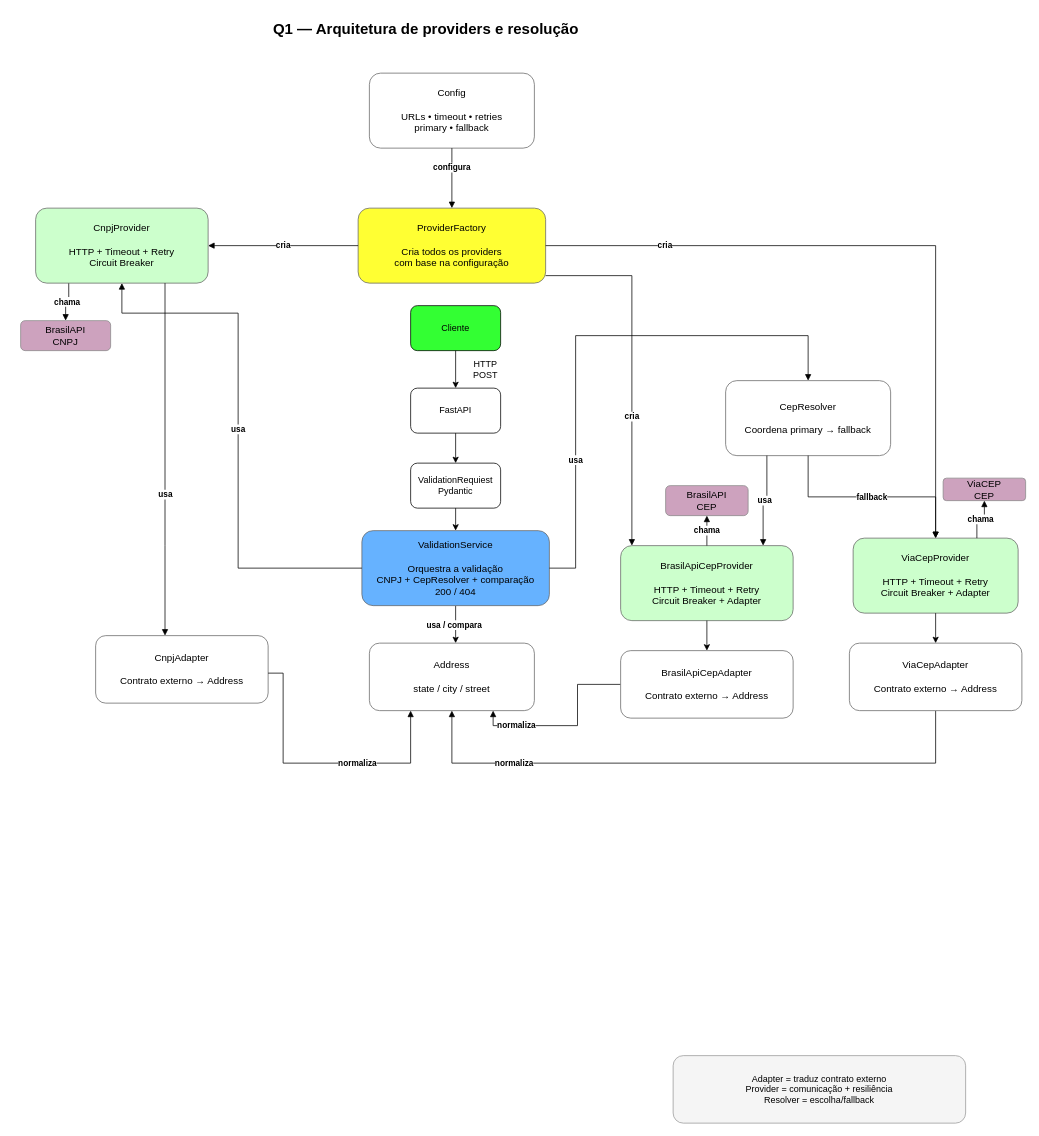
The draw.io diagram question_1/docs/shipay_q1_arquitetura.drawio in HenriqueBraz/shipay-back-end-challenge, before the edit. Source tidied: cells renumbered, new cells numbered last; positions are measured from the earlier drawing's top-left corner, leaving out a move shared by most shapes. Both pictures are drawn from the tidied source at 75%, with x=0, y=0 at pixel (20, 13).
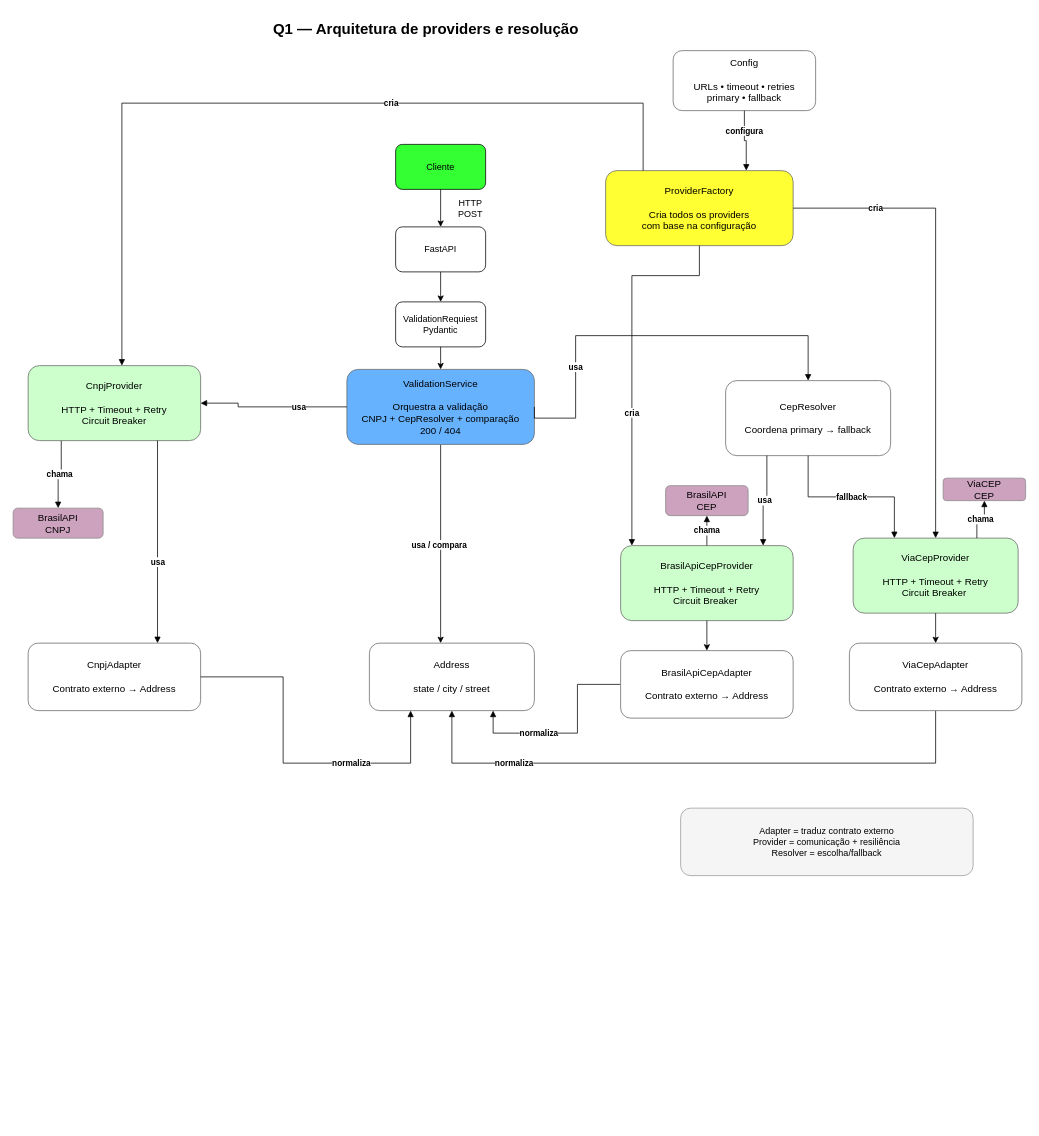
After the change.

Commit message (it also covers changes not shown here):
docs: update question 1 resilience strategy

Unchanged cells that the change refers to:
```xml
<mxCell id="9" value="CepResolver&#10;&#10;Coordena primary → fallback" style="rounded=1;whiteSpace=wrap;html=1;fillColor=#ffffff;strokeColor=#666666;fontSize=13;" parent="1" vertex="1">
  <mxGeometry x="940" y="490" width="220" height="100" as="geometry" />
</mxCell>
<mxCell id="13" value="Address&#10;&#10;state / city / street" style="rounded=1;whiteSpace=wrap;html=1;fillColor=#ffffff;strokeColor=#666666;fontSize=13;" parent="1" vertex="1">
  <mxGeometry x="465" y="840" width="220" height="90" as="geometry" />
</mxCell>
<mxCell id="40" value="BrasilApiCepAdapter&lt;br&gt;&lt;br&gt;Contrato externo → Address" style="rounded=1;whiteSpace=wrap;html=1;fillColor=#ffffff;strokeColor=#666666;fontSize=13;" parent="1" vertex="1">
  <mxGeometry x="800" y="850" width="230" height="90" as="geometry" />
</mxCell>
```

What changed in the source:
```diff
@@
     <mxCell id="3" value="Config&#10;&#10;URLs • timeout • retries&#10;primary • fallback" style="rounded=1;whiteSpace=wrap;html=1;fillColor=#ffffff;strokeColor=#666666;fontSize=13;" parent="1" vertex="1">
-      <mxGeometry x="465" y="80" width="220" height="100" as="geometry" />
+      <mxGeometry x="870" y="50" width="190" height="80" as="geometry" />
     </mxCell>
     <mxCell id="4" value="ProviderFactory&#10;&#10;Cria todos os providers&#10;com base na configuração" style="rounded=1;whiteSpace=wrap;html=1;fillColor=#FFFF33;strokeColor=#666666;fontSize=13;" parent="1" vertex="1">
-      <mxGeometry x="450" y="260" width="250" height="100" as="geometry" />
+      <mxGeometry x="780" y="210" width="250" height="100" as="geometry" />
     </mxCell>
@@
     <mxCell id="7" value="ValidationService&lt;br&gt;&lt;br&gt;Orquestra a validação&lt;br&gt;CNPJ + CepResolver + comparação&lt;br&gt;200 / 404" style="rounded=1;whiteSpace=wrap;html=1;fillColor=#66B2FF;strokeColor=#666666;fontSize=13;" parent="1" vertex="1">
-      <mxGeometry x="455" y="690" width="250" height="100" as="geometry" />
+      <mxGeometry x="435" y="475" width="250" height="100" as="geometry" />
     </mxCell>
     <mxCell id="8" value="CnpjProvider&#10;&#10;HTTP + Timeout + Retry&#10;Circuit Breaker" style="rounded=1;whiteSpace=wrap;html=1;fillColor=#CCFFCC;strokeColor=#666666;fontSize=13;" parent="1" vertex="1">
-      <mxGeometry x="20" y="260" width="230" height="100" as="geometry" />
+      <mxGeometry x="10" y="470" width="230" height="100" as="geometry" />
     </mxCell>
@@
     <mxCell id="10" value="CnpjAdapter&#10;&#10;Contrato externo → Address" style="rounded=1;whiteSpace=wrap;html=1;fillColor=#ffffff;strokeColor=#666666;fontSize=13;" parent="1" vertex="1">
-      <mxGeometry x="100" y="830" width="230" height="90" as="geometry" />
+      <mxGeometry x="10" y="840" width="230" height="90" as="geometry" />
     </mxCell>
-    <mxCell id="11" value="BrasilApiCepProvider&#10;&#10;HTTP + Timeout + Retry&#10;Circuit Breaker + Adapter" style="rounded=1;whiteSpace=wrap;html=1;fillColor=#CCFFCC;strokeColor=#666666;fontSize=13;" parent="1" vertex="1">
+    <mxCell id="11" value="BrasilApiCepProvider&lt;br&gt;&lt;br&gt;HTTP + Timeout + Retry&lt;br&gt;Circuit Breaker&amp;nbsp;" style="rounded=1;whiteSpace=wrap;html=1;fillColor=#CCFFCC;strokeColor=#666666;fontSize=13;" parent="1" vertex="1">
       <mxGeometry x="800" y="710" width="230" height="100" as="geometry" />
     </mxCell>
-    <mxCell id="12" value="ViaCepProvider&#10;&#10;HTTP + Timeout + Retry&#10;Circuit Breaker + Adapter" style="rounded=1;whiteSpace=wrap;html=1;fillColor=#CCFFCC;strokeColor=#666666;fontSize=13;" parent="1" vertex="1">
+    <mxCell id="12" value="ViaCepProvider&lt;br&gt;&lt;br&gt;HTTP + Timeout + Retry&lt;br&gt;Circuit Breaker&amp;nbsp;" style="rounded=1;whiteSpace=wrap;html=1;fillColor=#CCFFCC;strokeColor=#666666;fontSize=13;" parent="1" vertex="1">
       <mxGeometry x="1110" y="700" width="220" height="100" as="geometry" />
     </mxCell>
@@
     <mxCell id="14" value="BrasilAPI&#10;CNPJ" style="rounded=1;whiteSpace=wrap;html=1;fillColor=#CDA2BE;strokeColor=#888888;fontSize=13;" parent="1" vertex="1">
-      <mxGeometry y="410" width="120" height="40" as="geometry" />
+      <mxGeometry x="-10" y="660" width="120" height="40" as="geometry" />
     </mxCell>
@@
     <mxCell id="17" value="Adapter = traduz contrato externo&#10;Provider = comunicação + resiliência&#10;Resolver = escolha/fallback" style="rounded=1;whiteSpace=wrap;html=1;fillColor=#f5f5f5;strokeColor=#999999;fontSize=12;" parent="1" vertex="1">
-      <mxGeometry x="870" y="1390" width="390" height="90" as="geometry" />
+      <mxGeometry x="880" y="1060" width="390" height="90" as="geometry" />
     </mxCell>
-    <mxCell id="18" value="&lt;b&gt;configura&lt;/b&gt;" style="edgeStyle=orthogonalEdgeStyle;rounded=0;jettySize=auto;html=1;endArrow=block;entryX=0.5;entryY=0;entryDx=0;entryDy=0;" parent="1" edge="1" source="3" target="4">
+    <mxCell id="18" value="&lt;b&gt;configura&lt;/b&gt;" style="edgeStyle=orthogonalEdgeStyle;rounded=0;jettySize=auto;html=1;endArrow=block;entryX=0.75;entryY=0;entryDx=0;entryDy=0;" parent="1" edge="1" source="3" target="4">
       <mxGeometry x="-0.35" relative="1" as="geometry" />
     </mxCell>
-    <mxCell id="19" value="&lt;b&gt;cria&lt;/b&gt;" style="edgeStyle=orthogonalEdgeStyle;rounded=0;jettySize=auto;html=1;endArrow=block;" parent="1" edge="1" source="4" target="8">
-      <mxGeometry relative="1" as="geometry" />
+    <mxCell id="19" value="&lt;b&gt;cria&lt;/b&gt;" style="edgeStyle=orthogonalEdgeStyle;rounded=0;jettySize=auto;html=1;endArrow=block;exitX=0.2;exitY=0;exitDx=0;exitDy=0;exitPerimeter=0;" parent="1" edge="1" source="4" target="8">
+      <mxGeometry x="-0.25" relative="1" as="geometry">
+        <Array as="points">
+          <mxPoint x="830" y="120" />
+          <mxPoint x="135" y="120" />
+        </Array>
+      </mxGeometry>
     </mxCell>
-    <mxCell id="20" value="&lt;b&gt;cria&lt;/b&gt;" style="edgeStyle=orthogonalEdgeStyle;rounded=0;jettySize=auto;html=1;endArrow=block;" parent="1" edge="1" source="4" target="11">
+    <mxCell id="20" value="&lt;b&gt;cria&lt;/b&gt;" style="edgeStyle=orthogonalEdgeStyle;rounded=0;jettySize=auto;html=1;endArrow=block;exitX=0.5;exitY=1;exitDx=0;exitDy=0;" parent="1" edge="1" source="4" target="11">
       <mxGeometry x="0.28" relative="1" as="geometry">
         <Array as="points">
+          <mxPoint x="905" y="350" />
           <mxPoint x="815" y="350" />
         </Array>
         <mxPoint y="-1" as="offset" />
       </mxGeometry>
     </mxCell>
@@
-    <mxCell id="22" value="&lt;b&gt;usa&lt;/b&gt;" style="edgeStyle=orthogonalEdgeStyle;rounded=0;jettySize=auto;html=1;endArrow=block;exitX=0;exitY=0.5;exitDx=0;exitDy=0;" parent="1" edge="1" source="7">
-      <mxGeometry relative="1" as="geometry">
-        <mxPoint x="135" y="360" as="targetPoint" />
+    <mxCell id="22" value="&lt;b&gt;usa&lt;/b&gt;" style="edgeStyle=orthogonalEdgeStyle;rounded=0;jettySize=auto;html=1;endArrow=block;exitX=0;exitY=0.5;exitDx=0;exitDy=0;entryX=1;entryY=0.5;entryDx=0;entryDy=0;" parent="1" edge="1" source="7" target="8">
+      <mxGeometry x="-0.35" relative="1" as="geometry">
         <Array as="points">
-          <mxPoint x="290" y="740" />
-          <mxPoint x="290" y="400" />
-          <mxPoint x="135" y="400" />
+          <mxPoint x="290" y="525" />
+          <mxPoint x="290" y="520" />
         </Array>
+        <mxPoint x="1" as="offset" />
       </mxGeometry>
     </mxCell>
     <mxCell id="23" value="&lt;b&gt;usa&lt;/b&gt;" style="edgeStyle=orthogonalEdgeStyle;rounded=0;jettySize=auto;html=1;endArrow=block;entryX=0.5;entryY=0;entryDx=0;entryDy=0;exitX=1;exitY=0.5;exitDx=0;exitDy=0;" parent="1" edge="1" source="7" target="9">
       <mxGeometry x="-0.5" relative="1" as="geometry">
         <Array as="points">
-          <mxPoint x="740" y="740" />
+          <mxPoint x="685" y="540" />
+          <mxPoint x="740" y="540" />
           <mxPoint x="740" y="430" />
           <mxPoint x="1050" y="430" />
         </Array>
       </mxGeometry>
     </mxCell>
@@
-    <mxCell id="25" value="&lt;b&gt;fallback&lt;/b&gt;" style="edgeStyle=orthogonalEdgeStyle;rounded=0;jettySize=auto;html=1;endArrow=block;" parent="1" edge="1" source="9" target="12">
+    <mxCell id="25" value="&lt;b&gt;fallback&lt;/b&gt;" style="edgeStyle=orthogonalEdgeStyle;rounded=0;jettySize=auto;html=1;endArrow=block;entryX=0.25;entryY=0;entryDx=0;entryDy=0;" parent="1" edge="1" source="9" target="12">
       <mxGeometry relative="1" as="geometry" />
     </mxCell>
-    <mxCell id="26" value="&lt;b&gt;usa&lt;/b&gt;" style="edgeStyle=orthogonalEdgeStyle;rounded=0;jettySize=auto;html=1;endArrow=block;exitX=0.75;exitY=1;exitDx=0;exitDy=0;" parent="1" edge="1" source="8" target="10">
+    <mxCell id="26" value="&lt;b&gt;usa&lt;/b&gt;" style="edgeStyle=orthogonalEdgeStyle;rounded=0;jettySize=auto;html=1;endArrow=block;exitX=0.75;exitY=1;exitDx=0;exitDy=0;entryX=0.75;entryY=0;entryDx=0;entryDy=0;" parent="1" edge="1" source="8" target="10">
       <mxGeometry x="0.2" relative="1" as="geometry">
         <Array as="points">
-          <mxPoint x="192.5" y="710" />
-          <mxPoint x="192.5" y="710" />
+          <mxPoint x="182.5" y="780" />
+          <mxPoint x="182.5" y="780" />
         </Array>
       </mxGeometry>
     </mxCell>
     <mxCell id="27" value="&lt;b&gt;normaliza&lt;/b&gt;" style="edgeStyle=orthogonalEdgeStyle;rounded=0;jettySize=auto;html=1;endArrow=block;entryX=0.75;entryY=1;entryDx=0;entryDy=0;exitX=0;exitY=0.5;exitDx=0;exitDy=0;" parent="1" edge="1" source="40" target="13">
-      <mxGeometry x="0.58" relative="1" as="geometry" />
+      <mxGeometry x="0.32" relative="1" as="geometry">
+        <Array as="points">
+          <mxPoint x="742.4" y="895" />
+          <mxPoint x="742.4" y="960" />
+          <mxPoint x="630" y="960" />
+        </Array>
+        <mxPoint x="1" as="offset" />
+      </mxGeometry>
     </mxCell>
@@
-    <mxCell id="29" value="&lt;b&gt;normaliza&lt;/b&gt;" style="edgeStyle=orthogonalEdgeStyle;rounded=0;jettySize=auto;html=1;endArrow=block;entryX=0.25;entryY=1;entryDx=0;entryDy=0;" parent="1" edge="1" source="10" target="13">
-      <mxGeometry x="0.26" relative="1" as="geometry">
+    <mxCell id="29" value="&lt;b&gt;normaliza&lt;/b&gt;" style="edgeStyle=orthogonalEdgeStyle;rounded=0;jettySize=auto;html=1;endArrow=block;entryX=0.25;entryY=1;entryDx=0;entryDy=0;exitX=1;exitY=0.5;exitDx=0;exitDy=0;" parent="1" edge="1" source="10" target="13">
+      <mxGeometry x="0.36" relative="1" as="geometry">
         <Array as="points">
-          <mxPoint x="350" y="880" />
+          <mxPoint x="350" y="885" />
           <mxPoint x="350" y="1000" />
           <mxPoint x="520" y="1000" />
         </Array>
       </mxGeometry>
     </mxCell>
@@
     <mxCell id="33" value="Cliente" style="rounded=1;whiteSpace=wrap;html=1;fillColor=#33FF33;" parent="1" vertex="1">
-      <mxGeometry x="520" y="390" width="120" height="60" as="geometry" />
+      <mxGeometry x="500" y="175" width="120" height="60" as="geometry" />
     </mxCell>
     <mxCell id="34" value="FastAPI" style="rounded=1;whiteSpace=wrap;html=1;" parent="1" vertex="1">
-      <mxGeometry x="520" y="500" width="120" height="60" as="geometry" />
+      <mxGeometry x="500" y="285" width="120" height="60" as="geometry" />
     </mxCell>
     <mxCell id="35" value="ValidationRequiest&lt;br&gt;Pydantic" style="rounded=1;whiteSpace=wrap;html=1;" parent="1" vertex="1">
-      <mxGeometry x="520" y="600" width="120" height="60" as="geometry" />
+      <mxGeometry x="500" y="385" width="120" height="60" as="geometry" />
     </mxCell>
@@
     <mxCell id="37" value="HTTP POST" style="text;html=1;whiteSpace=wrap;strokeColor=none;fillColor=none;align=center;verticalAlign=middle;rounded=0;" parent="1" vertex="1">
-      <mxGeometry x="590" y="460" width="60" height="30" as="geometry" />
+      <mxGeometry x="570" y="245" width="60" height="30" as="geometry" />
     </mxCell>
```
